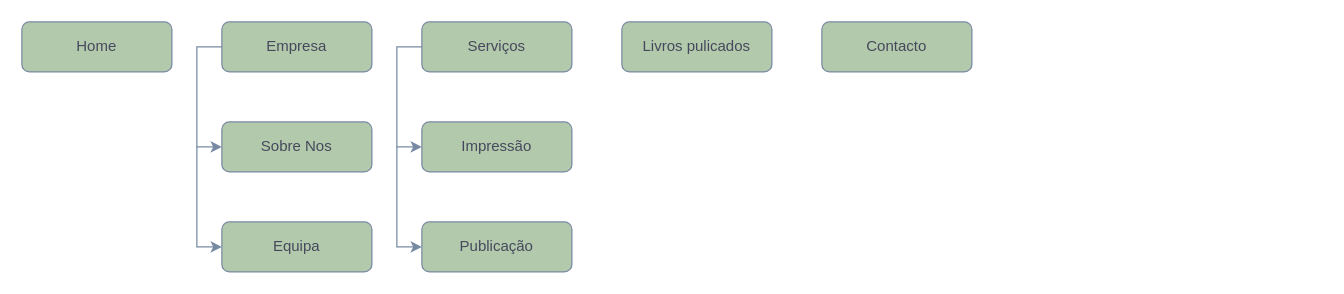
The draw.io diagram Untitled Diagram.drawio in jonasnapoles/finalProject, before the edit. Source tidied: cells renumbered, new cells numbered last; positions are measured from the earlier drawing's top-left corner, leaving out a move shared by most shapes. Both pictures are drawn from the tidied source at 125%, with x=0, y=0 at pixel (21, 21).
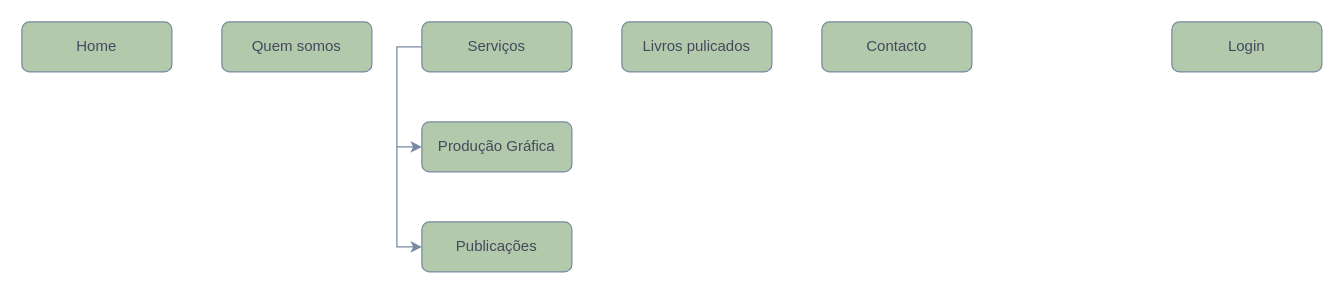
The same diagram, later.

Diff of the diagram source:
```diff
@@
-    <mxCell id="3" value="Empresa" style="rounded=1;whiteSpace=wrap;html=1;fillColor=#B2C9AB;strokeColor=#788AA3;fontColor=#46495D;" parent="1" vertex="1">
+    <mxCell id="3" value="Quem somos" style="rounded=1;whiteSpace=wrap;html=1;fillColor=#B2C9AB;strokeColor=#788AA3;fontColor=#46495D;" parent="1" vertex="1">
       <mxGeometry x="160" width="120" height="40" as="geometry" />
     </mxCell>
@@
-    <mxCell id="7" value="Sobre Nos" style="rounded=1;whiteSpace=wrap;html=1;fillColor=#B2C9AB;strokeColor=#788AA3;fontColor=#46495D;" parent="1" vertex="1">
-      <mxGeometry x="160" y="80" width="120" height="40" as="geometry" />
-    </mxCell>
-    <mxCell id="8" value="Equipa" style="rounded=1;whiteSpace=wrap;html=1;fillColor=#B2C9AB;strokeColor=#788AA3;fontColor=#46495D;" parent="1" vertex="1">
-      <mxGeometry x="160" y="160" width="120" height="40" as="geometry" />
-    </mxCell>
-    <mxCell id="9" value="Impressão" style="rounded=1;whiteSpace=wrap;html=1;fillColor=#B2C9AB;strokeColor=#788AA3;fontColor=#46495D;" parent="1" vertex="1">
+    <mxCell id="9" value="Produção Gráfica" style="rounded=1;whiteSpace=wrap;html=1;fillColor=#B2C9AB;strokeColor=#788AA3;fontColor=#46495D;" parent="1" vertex="1">
       <mxGeometry x="320" y="80" width="120" height="40" as="geometry" />
     </mxCell>
-    <mxCell id="10" value="Publicação" style="rounded=1;whiteSpace=wrap;html=1;fillColor=#B2C9AB;strokeColor=#788AA3;fontColor=#46495D;" parent="1" vertex="1">
+    <mxCell id="10" value="Publicações" style="rounded=1;whiteSpace=wrap;html=1;fillColor=#B2C9AB;strokeColor=#788AA3;fontColor=#46495D;" parent="1" vertex="1">
       <mxGeometry x="320" y="160" width="120" height="40" as="geometry" />
     </mxCell>
-    <mxCell id="11" style="edgeStyle=segmentEdgeStyle;endArrow=classic;html=1;rounded=0;exitX=0;exitY=0.5;exitDx=0;exitDy=0;entryX=0;entryY=0.5;entryDx=0;entryDy=0;strokeColor=#788AA3;fontColor=#46495D;" parent="1" edge="1" source="3" target="7">
-      <mxGeometry relative="1" as="geometry">
-        <Array as="points">
-          <mxPoint x="140" y="20" />
-          <mxPoint x="140" y="100" />
-        </Array>
-      </mxGeometry>
-    </mxCell>
-    <mxCell id="12" style="edgeStyle=segmentEdgeStyle;endArrow=classic;html=1;rounded=0;entryX=0;entryY=0.5;entryDx=0;entryDy=0;strokeColor=#788AA3;fontColor=#46495D;" parent="1" edge="1">
-      <mxGeometry relative="1" as="geometry">
-        <mxPoint x="140" y="100" as="sourcePoint" />
-        <mxPoint x="160" y="180" as="targetPoint" />
-        <Array as="points">
-          <mxPoint x="140" y="100" />
-          <mxPoint x="140" y="180" />
-        </Array>
-      </mxGeometry>
-    </mxCell>
@@
+    <mxCell id="15" value="Login" style="rounded=1;whiteSpace=wrap;html=1;fillColor=#B2C9AB;strokeColor=#788AA3;fontColor=#46495D;" parent="1" vertex="1">
+      <mxGeometry x="920" width="120" height="40" as="geometry" />
+    </mxCell>
```
